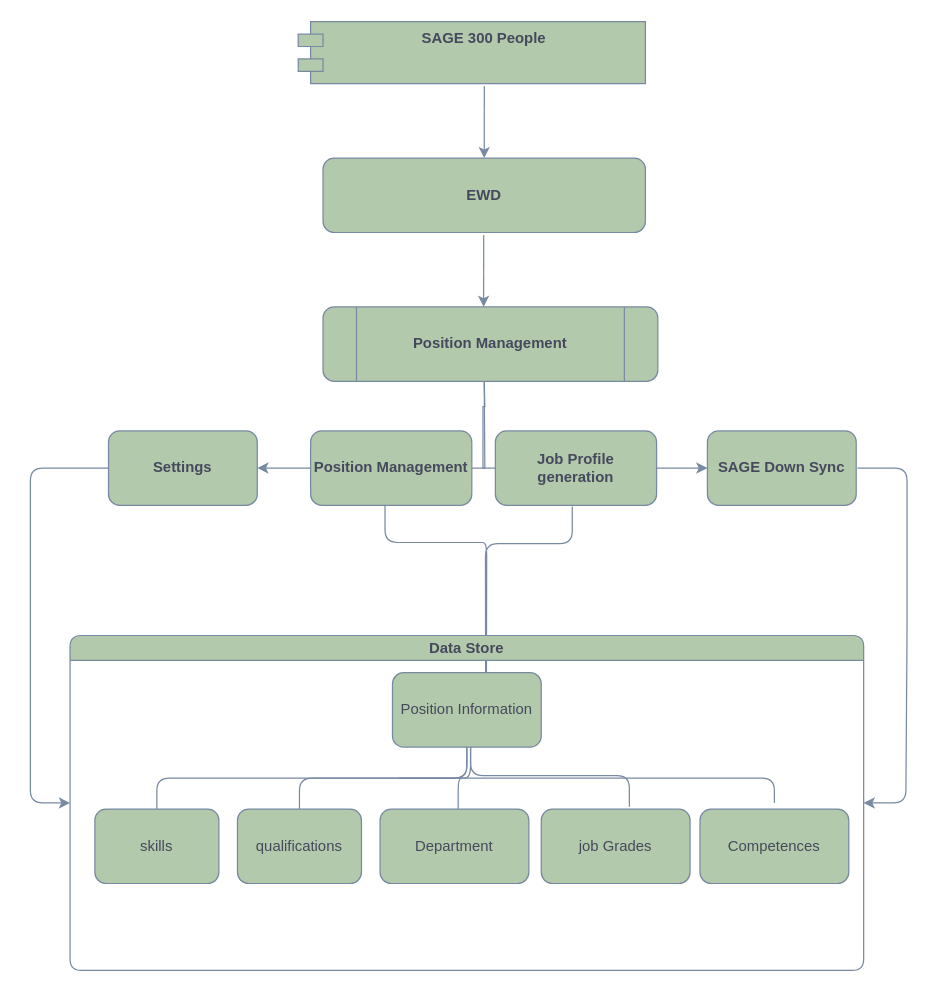
Before: Position Management Diagram.drawio in nyashaChiza/design, a draw.io diagram. Source tidied: cells renumbered, new cells numbered last; positions are measured from the earlier drawing's top-left corner, leaving out a move shared by most shapes. Both pictures are drawn from the tidied source at 124%, with x=0, y=0 at pixel (30, 21).
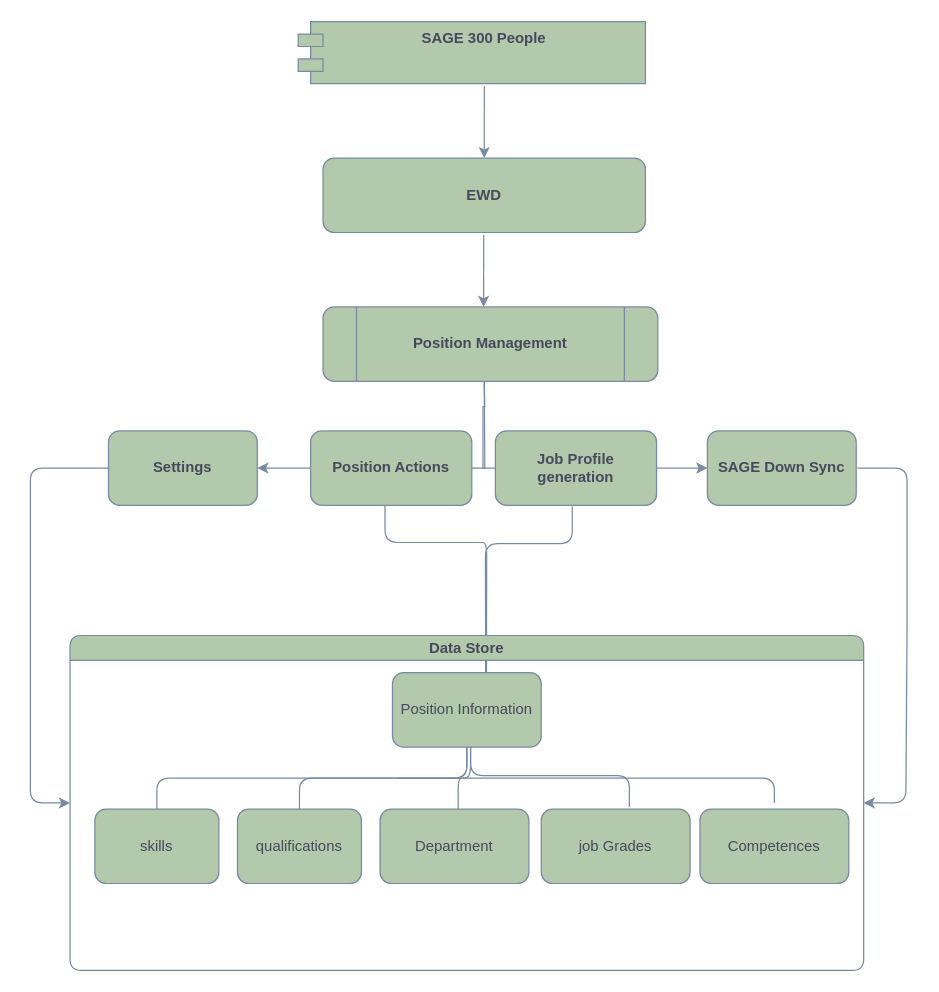
The same diagram, later.

What changed in the source:
```diff
@@
-    <mxCell id="10" value="&lt;b&gt;Position Management&lt;/b&gt;" style="whiteSpace=wrap;html=1;align=center;verticalAlign=middle;labelBackgroundColor=none;fillColor=#B2C9AB;strokeColor=#788AA3;fontColor=#46495D;rounded=1;" parent="1" vertex="1">
+    <mxCell id="10" value="&lt;b&gt;Position Actions&lt;/b&gt;" style="whiteSpace=wrap;html=1;align=center;verticalAlign=middle;labelBackgroundColor=none;fillColor=#B2C9AB;strokeColor=#788AA3;fontColor=#46495D;rounded=1;" parent="1" vertex="1">
       <mxGeometry x="226" y="330" width="130" height="60" as="geometry" />
     </mxCell>
```
